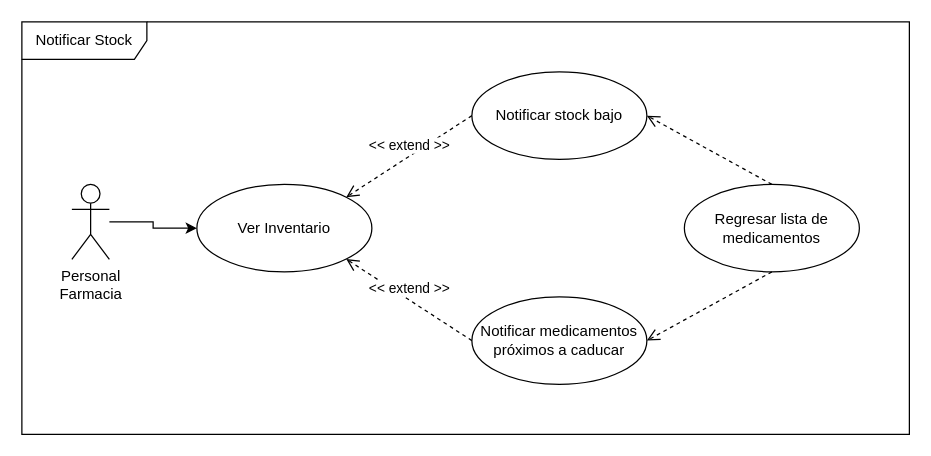
This is Casos de uso/Inventario/Notificar stock/Notificar_stock.drawio from EdgarRamirezFuentes/Sistema_CEDAE, a draw.io file, before an edit. Source tidied: cells renumbered, new cells numbered last; positions are measured from the earlier drawing's top-left corner, leaving out a move shared by most shapes. Both pictures are drawn from the tidied source at 125%, with x=0, y=0 at pixel (21, 21).
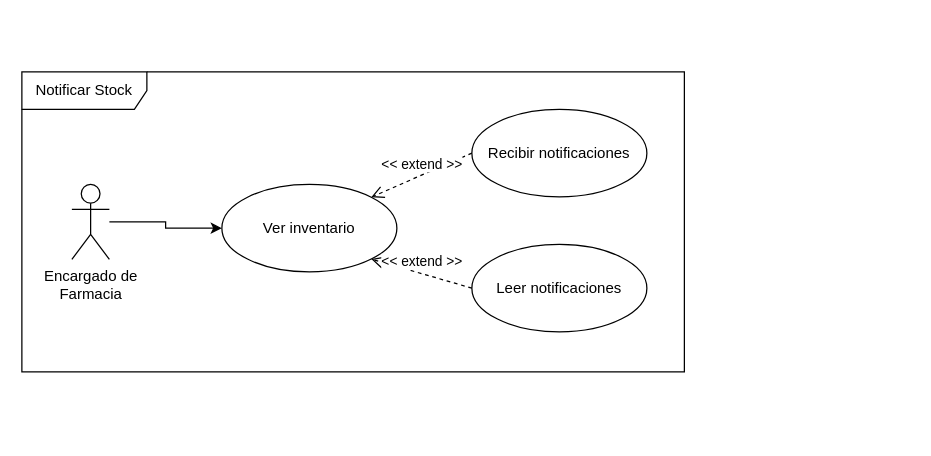
Above is the later version.

Diff of the diagram source:
```diff
@@
 <mxGraphModel background="#ffffff">
   <root>
     <mxCell id="0" />
     <mxCell id="1" parent="0" />
     <mxCell id="2" value="Notificar Stock" style="shape=umlFrame;whiteSpace=wrap;html=1;width=100;height=30;" parent="1" vertex="1">
-      <mxGeometry width="710" height="330" as="geometry" />
+      <mxGeometry y="40" width="530" height="240" as="geometry" />
     </mxCell>
-    <mxCell id="3" value="Ver Inventario" style="ellipse;whiteSpace=wrap;html=1;" parent="1" vertex="1">
-      <mxGeometry x="140" y="130" width="140" height="70" as="geometry" />
+    <mxCell id="3" value="Ver inventario" style="ellipse;whiteSpace=wrap;html=1;" parent="1" vertex="1">
+      <mxGeometry x="160" y="130" width="140" height="70" as="geometry" />
     </mxCell>
-    <mxCell id="4" value="Notificar stock bajo" style="ellipse;whiteSpace=wrap;html=1;" parent="1" vertex="1">
-      <mxGeometry x="360" y="40" width="140" height="70" as="geometry" />
+    <mxCell id="4" value="Recibir notificaciones" style="ellipse;whiteSpace=wrap;html=1;" parent="1" vertex="1">
+      <mxGeometry x="360" y="70" width="140" height="70" as="geometry" />
     </mxCell>
-    <mxCell id="5" value="Notificar medicamentos próximos a caducar" style="ellipse;whiteSpace=wrap;html=1;" parent="1" vertex="1">
-      <mxGeometry x="360" y="220" width="140" height="70" as="geometry" />
+    <mxCell id="5" value="Leer notificaciones" style="ellipse;whiteSpace=wrap;html=1;" parent="1" vertex="1">
+      <mxGeometry x="360" y="178" width="140" height="70" as="geometry" />
     </mxCell>
     <mxCell id="6" value="&amp;lt;&amp;lt; extend&amp;nbsp;&amp;gt;&amp;gt;" style="html=1;verticalAlign=bottom;endArrow=open;dashed=1;endSize=8;exitX=0;exitY=0.5;exitDx=0;exitDy=0;entryX=1;entryY=1;entryDx=0;entryDy=0;" parent="1" edge="1" source="5" target="3">
       <mxGeometry relative="1" as="geometry" />
     </mxCell>
-    <mxCell id="7" value="&amp;lt;&amp;lt; extend&amp;nbsp;&amp;gt;&amp;gt;" style="html=1;verticalAlign=bottom;endArrow=open;dashed=1;endSize=8;exitX=0;exitY=0.5;exitDx=0;exitDy=0;entryX=1;entryY=0;entryDx=0;entryDy=0;" parent="1" edge="1" source="4" target="3">
+    <mxCell id="7" value="&amp;lt;&amp;lt; extend &amp;gt;&amp;gt;" style="html=1;verticalAlign=bottom;endArrow=open;dashed=1;endSize=8;exitX=0;exitY=0.5;exitDx=0;exitDy=0;entryX=1;entryY=0;entryDx=0;entryDy=0;" parent="1" edge="1" source="4" target="3">
       <mxGeometry relative="1" as="geometry" />
     </mxCell>
     <mxCell id="8" style="edgeStyle=orthogonalEdgeStyle;rounded=0;jettySize=auto;html=1;entryX=0;entryY=0.5;entryDx=0;entryDy=0;" parent="1" edge="1" source="9" target="3">
       <mxGeometry relative="1" as="geometry" />
     </mxCell>
-    <mxCell id="9" value="Personal&lt;br&gt;Farmacia" style="shape=umlActor;verticalLabelPosition=bottom;verticalAlign=top;html=1;" parent="1" vertex="1">
+    <mxCell id="9" value="Encargado de&lt;br&gt;Farmacia" style="shape=umlActor;verticalLabelPosition=bottom;verticalAlign=top;html=1;" parent="1" vertex="1">
       <mxGeometry x="40" y="130" width="30" height="60" as="geometry" />
     </mxCell>
-    <mxCell id="10" value="Regresar lista de medicamentos" style="ellipse;whiteSpace=wrap;html=1;" parent="1" vertex="1">
-      <mxGeometry x="530" y="130" width="140" height="70" as="geometry" />
-    </mxCell>
-    <mxCell id="11" style="html=1;verticalAlign=bottom;endArrow=open;dashed=1;endSize=8;exitX=0.5;exitY=0;exitDx=0;exitDy=0;entryX=1;entryY=0.5;entryDx=0;entryDy=0;" parent="1" edge="1" source="10" target="4">
-      <mxGeometry relative="1" as="geometry" />
-    </mxCell>
-    <mxCell id="12" style="html=1;verticalAlign=bottom;endArrow=open;dashed=1;endSize=8;exitX=0.5;exitY=1;exitDx=0;exitDy=0;entryX=1;entryY=0.5;entryDx=0;entryDy=0;" parent="1" edge="1" source="10" target="5">
-      <mxGeometry relative="1" as="geometry" />
-    </mxCell>
   </root>
 </mxGraphModel>
```
